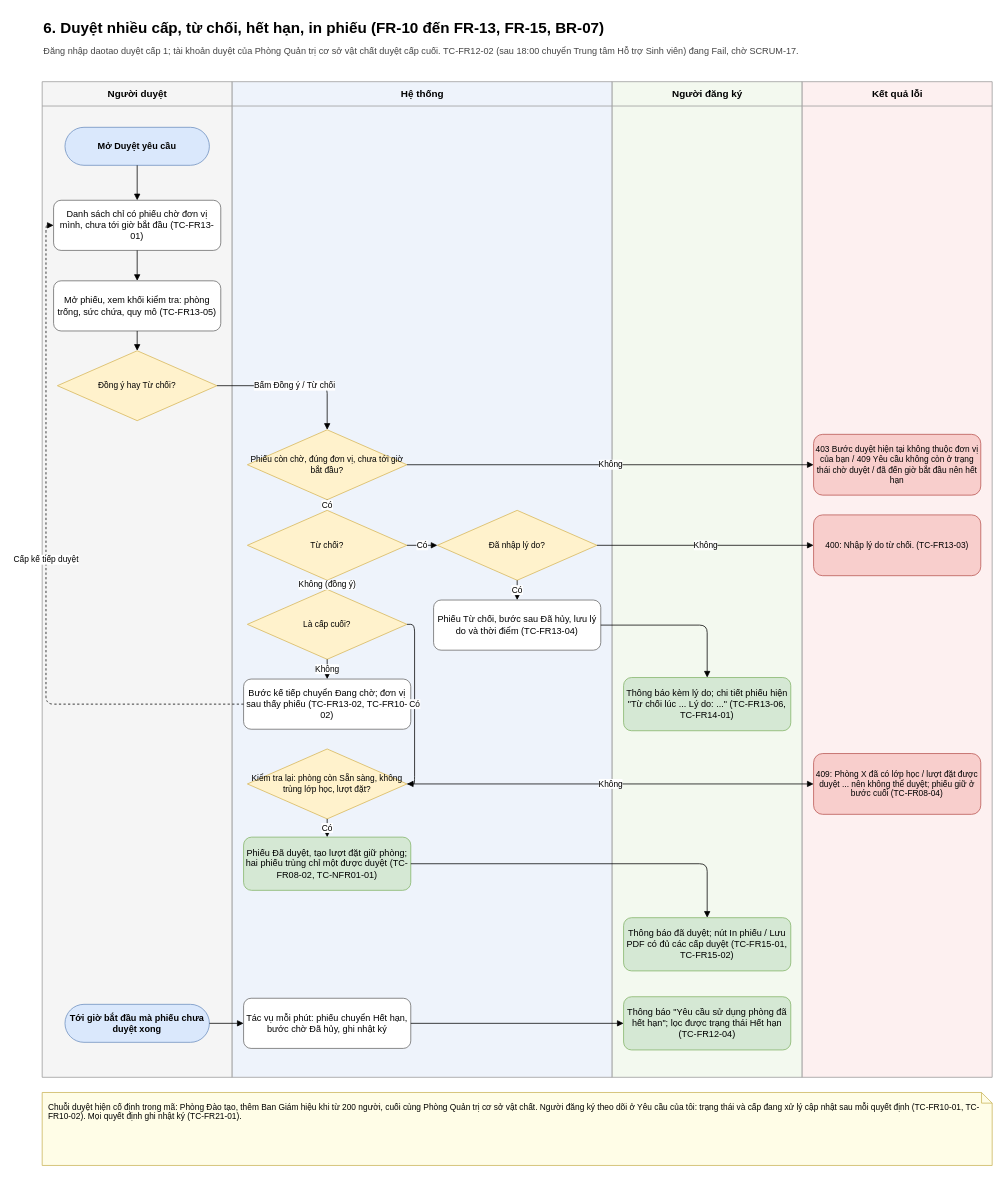
This is page "6. Duyệt yêu cầu" (7 of 14) of docs/SoDo_LuongThaoTac.drawio from neoslvh/cdtn2-quanlyphonghoc, a draw.io file, before an edit. Source tidied: cells renumbered, new cells numbered last; positions are measured from the earlier drawing's top-left corner, leaving out a move shared by most shapes. Both pictures are drawn from the tidied source at 76%, with x=0, y=0 at pixel (42, 13).
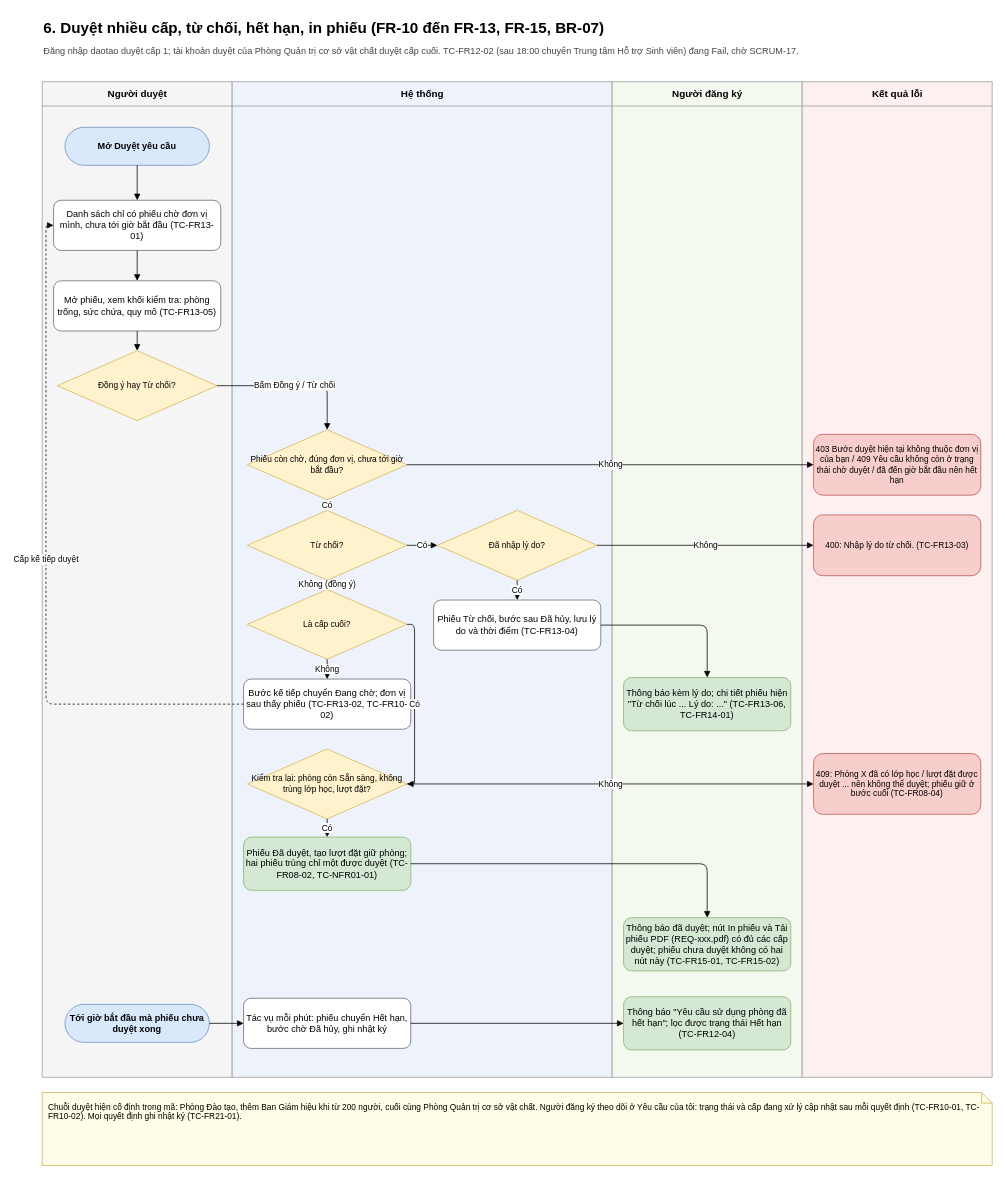
Above is the later version.

Diff of the diagram source:
```diff
@@
-    <mxCell id="21" value="Thông báo đã duyệt; nút In phiếu / Lưu PDF có đủ các cấp duyệt (TC-FR15-01, TC-FR15-02)" style="rounded=1;whiteSpace=wrap;html=1;fillColor=#d5e8d4;strokeColor=#82b366;" parent="1" vertex="1">
+    <mxCell id="21" value="Thông báo đã duyệt; nút In phiếu và Tải phiếu PDF (REQ-xxx.pdf) có đủ các cấp duyệt; phiếu chưa duyệt không có hai nút này (TC-FR15-01, TC-FR15-02)" style="rounded=1;whiteSpace=wrap;html=1;fillColor=#d5e8d4;strokeColor=#82b366;" parent="1" vertex="1">
       <mxGeometry x="765" y="1190" width="220" height="70" as="geometry" />
     </mxCell>
```
